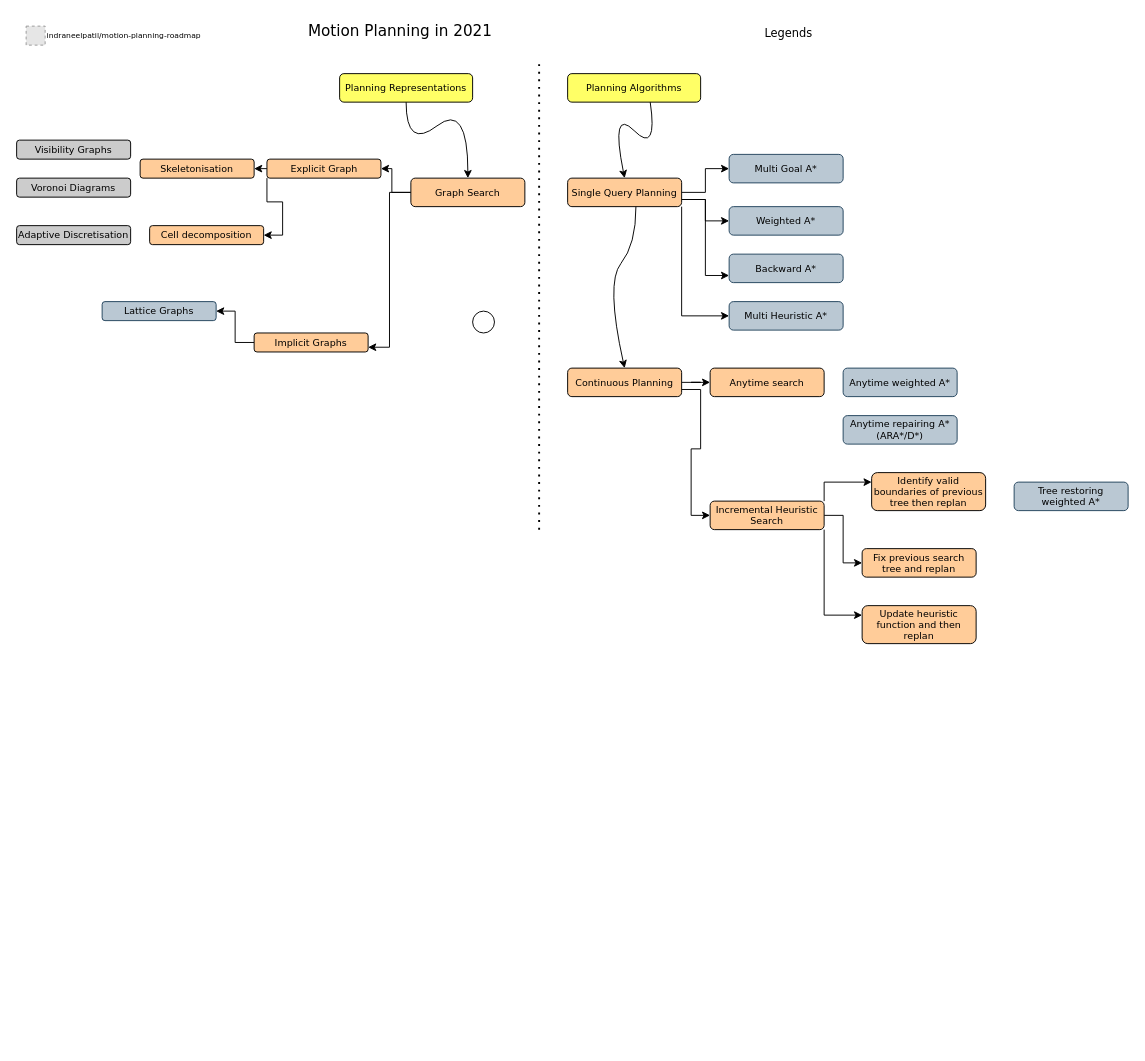
Earlier version of the draw.io diagram Untitled Diagram.drawio (indraneelpatil/motion-planning-roadmap). Source tidied: cells renumbered, new cells numbered last; positions are measured from the earlier drawing's top-left corner, leaving out a move shared by most shapes. Both pictures are drawn from the tidied source at 95%, with x=0, y=0 at pixel (16, 16). Pictures stored in the file or linked from it are replaced by grey dashed boxes.
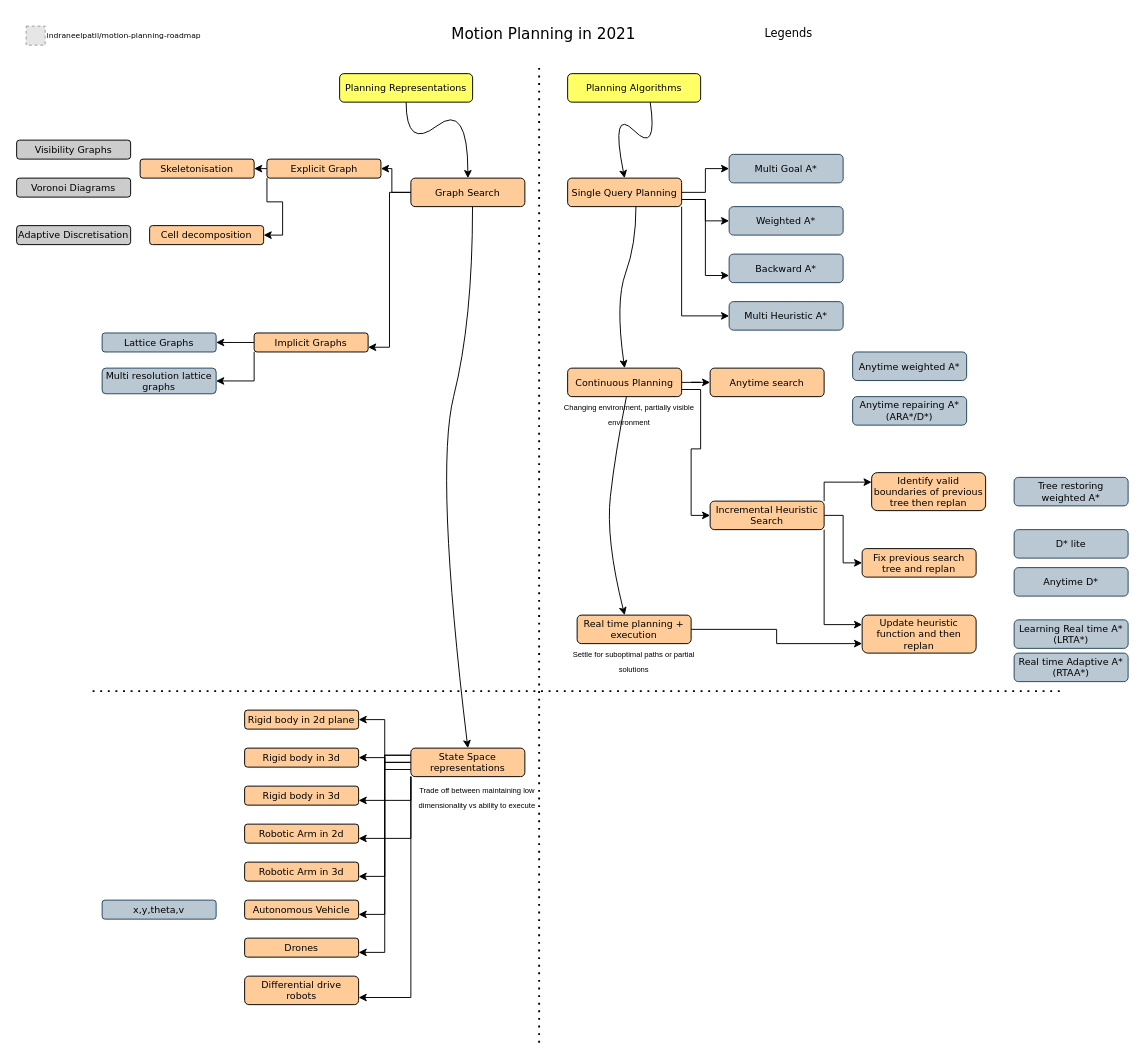
The same page after the edit.

Unchanged cells that the change refers to:
```xml
<mxCell id="16" value="Implicit Graphs" style="rounded=1;whiteSpace=wrap;html=1;comic=0;fontFamily=Verdana;fontSize=10;fillColor=#FFCC99;" parent="1" vertex="1">
  <mxGeometry x="250" y="333" width="120" height="20" as="geometry" />
</mxCell>
```

The edit, as a diff of the source:
```diff
@@
     <mxCell id="2" value="Motion Planning in 2021" style="text;html=1;strokeColor=none;fillColor=none;align=center;verticalAlign=middle;whiteSpace=wrap;rounded=0;comic=0;fontFamily=Verdana;fontSize=16;fontStyle=0;" parent="1" vertex="1">
-      <mxGeometry x="263.5" width="280" height="30" as="geometry" />
+      <mxGeometry x="415" y="2.5" width="280" height="30" as="geometry" />
     </mxCell>
@@
-    <mxCell id="11" style="ellipse;whiteSpace=wrap;html=1;rounded=1;comic=0;strokeColor=#000000;fillColor=#FFFFFF;fontFamily=Verdana;fontSize=14;align=center;" parent="1" vertex="1">
-      <mxGeometry x="480" y="310" width="23" height="23" as="geometry" />
-    </mxCell>
@@
+    <mxCell id="50" style="edgeStyle=orthogonalEdgeStyle;rounded=0;jettySize=auto;html=1;exitX=0;exitY=1;exitDx=0;exitDy=0;entryX=1;entryY=0.5;entryDx=0;entryDy=0;fontSize=9;" parent="1" edge="1" source="16" target="80">
+      <mxGeometry relative="1" as="geometry" />
+    </mxCell>
@@
     <mxCell id="18" style="endArrow=none;dashed=1;html=1;dashPattern=1 3;strokeWidth=2;rounded=0;" parent="1" edge="1">
       <mxGeometry relative="1" as="geometry">
-        <mxPoint x="550" y="540" as="sourcePoint" />
+        <mxPoint x="550" y="1080" as="sourcePoint" />
         <mxPoint x="550" y="50" as="targetPoint" />
       </mxGeometry>
     </mxCell>
@@
     <mxCell id="24" value="Lattice Graphs" style="rounded=1;whiteSpace=wrap;html=1;comic=0;fontFamily=Verdana;fontSize=10;fillColor=#bac8d3;strokeColor=#23445d;" parent="1" vertex="1">
-      <mxGeometry x="90" y="300" width="120" height="20" as="geometry" />
+      <mxGeometry x="90" y="333" width="120" height="20" as="geometry" />
     </mxCell>
@@
     <mxCell id="35" style="curved=1;endArrow=classic;html=1;rounded=0;exitX=0.621;exitY=1;exitDx=0;exitDy=0;exitPerimeter=0;" parent="1" edge="1">
       <mxGeometry relative="1" as="geometry">
         <mxPoint x="651.9" y="200" as="sourcePoint" />
         <mxPoint x="640" y="370" as="targetPoint" />
         <Array as="points">
           <mxPoint x="652" y="240" />
-          <mxPoint x="620" y="280" />
+          <mxPoint x="630" y="300" />
         </Array>
       </mxGeometry>
     </mxCell>
@@
     <mxCell id="39" value="Anytime weighted A*" style="rounded=1;whiteSpace=wrap;html=1;comic=0;fontFamily=Verdana;fontSize=10;fillColor=#bac8d3;strokeColor=#23445d;" parent="1" vertex="1">
-      <mxGeometry x="870" y="370" width="120" height="30" as="geometry" />
+      <mxGeometry x="880" y="353" width="120" height="30" as="geometry" />
     </mxCell>
     <mxCell id="40" value="Anytime repairing A*(ARA*/D*)" style="rounded=1;whiteSpace=wrap;html=1;comic=0;fontFamily=Verdana;fontSize=10;fillColor=#bac8d3;strokeColor=#23445d;" parent="1" vertex="1">
-      <mxGeometry x="870" y="420" width="120" height="30" as="geometry" />
+      <mxGeometry x="880" y="400" width="120" height="30" as="geometry" />
     </mxCell>
@@
     <mxCell id="48" value="Update heuristic function and then replan" style="rounded=1;whiteSpace=wrap;html=1;comic=0;fontFamily=Verdana;fontSize=10;fillColor=#FFCC99;" parent="1" vertex="1">
-      <mxGeometry x="890" y="620" width="120" height="40" as="geometry" />
+      <mxGeometry x="890" y="630" width="120" height="40" as="geometry" />
     </mxCell>
     <mxCell id="49" value="Tree restoring weighted A*" style="rounded=1;whiteSpace=wrap;html=1;comic=0;fontFamily=Verdana;fontSize=10;fillColor=#bac8d3;strokeColor=#23445d;" parent="1" vertex="1">
-      <mxGeometry x="1050" y="490" width="120" height="30" as="geometry" />
+      <mxGeometry x="1050" y="485" width="120" height="30" as="geometry" />
     </mxCell>
+    <mxCell id="51" value="D* lite" style="rounded=1;whiteSpace=wrap;html=1;comic=0;fontFamily=Verdana;fontSize=10;fillColor=#bac8d3;strokeColor=#23445d;" parent="1" vertex="1">
+      <mxGeometry x="1050" y="540" width="120" height="30" as="geometry" />
+    </mxCell>
+    <mxCell id="52" value="Anytime D*" style="rounded=1;whiteSpace=wrap;html=1;comic=0;fontFamily=Verdana;fontSize=10;fillColor=#bac8d3;strokeColor=#23445d;" parent="1" vertex="1">
+      <mxGeometry x="1050" y="580" width="120" height="30" as="geometry" />
+    </mxCell>
+    <mxCell id="53" style="edgeStyle=orthogonalEdgeStyle;rounded=0;jettySize=auto;html=1;exitX=1;exitY=0.5;exitDx=0;exitDy=0;entryX=0;entryY=0.75;entryDx=0;entryDy=0;" parent="1" edge="1" source="54" target="48">
+      <mxGeometry relative="1" as="geometry" />
+    </mxCell>
+    <mxCell id="54" value="Real time planning + execution" style="rounded=1;whiteSpace=wrap;html=1;comic=0;fontFamily=Verdana;fontSize=10;fillColor=#FFCC99;" parent="1" vertex="1">
+      <mxGeometry x="590" y="630" width="120" height="30" as="geometry" />
+    </mxCell>
+    <mxCell id="55" style="curved=1;endArrow=classic;html=1;rounded=0;exitX=0.621;exitY=1;exitDx=0;exitDy=0;exitPerimeter=0;entryX=0.417;entryY=0;entryDx=0;entryDy=0;entryPerimeter=0;" parent="1" edge="1" target="54">
+      <mxGeometry relative="1" as="geometry">
+        <mxPoint x="641.9" y="400" as="sourcePoint" />
+        <Array as="points">
+          <mxPoint x="630" y="460" />
+          <mxPoint x="620" y="550" />
+        </Array>
+      </mxGeometry>
+    </mxCell>
+    <mxCell id="56" value="Learning Real time A* (LRTA*)" style="rounded=1;whiteSpace=wrap;html=1;comic=0;fontFamily=Verdana;fontSize=10;fillColor=#bac8d3;strokeColor=#23445d;" parent="1" vertex="1">
+      <mxGeometry x="1050" y="635" width="120" height="30" as="geometry" />
+    </mxCell>
+    <mxCell id="57" value="Real time Adaptive A* (RTAA*)" style="rounded=1;whiteSpace=wrap;html=1;comic=0;fontFamily=Verdana;fontSize=10;fillColor=#bac8d3;strokeColor=#23445d;" parent="1" vertex="1">
+      <mxGeometry x="1050" y="670" width="120" height="30" as="geometry" />
+    </mxCell>
+    <mxCell id="58" style="curved=1;endArrow=classic;html=1;rounded=0;exitX=0.621;exitY=1;exitDx=0;exitDy=0;exitPerimeter=0;entryX=0.5;entryY=0;entryDx=0;entryDy=0;" parent="1" edge="1" target="67">
+      <mxGeometry relative="1" as="geometry">
+        <mxPoint x="479.9" y="200" as="sourcePoint" />
+        <Array as="points">
+          <mxPoint x="480" y="320" />
+          <mxPoint x="440" y="480" />
+        </Array>
+      </mxGeometry>
+    </mxCell>
+    <mxCell id="59" style="edgeStyle=orthogonalEdgeStyle;rounded=0;jettySize=auto;html=1;entryX=1;entryY=0.5;entryDx=0;entryDy=0;" parent="1" edge="1" source="67" target="69">
+      <mxGeometry relative="1" as="geometry" />
+    </mxCell>
+    <mxCell id="60" style="edgeStyle=orthogonalEdgeStyle;rounded=0;jettySize=auto;html=1;exitX=0;exitY=0.75;exitDx=0;exitDy=0;entryX=1;entryY=0.5;entryDx=0;entryDy=0;" parent="1" edge="1" source="67" target="70">
+      <mxGeometry relative="1" as="geometry" />
+    </mxCell>
+    <mxCell id="61" style="edgeStyle=orthogonalEdgeStyle;rounded=0;jettySize=auto;html=1;exitX=0;exitY=1;exitDx=0;exitDy=0;entryX=1;entryY=0.75;entryDx=0;entryDy=0;" parent="1" edge="1" source="67" target="71">
+      <mxGeometry relative="1" as="geometry" />
+    </mxCell>
+    <mxCell id="62" style="edgeStyle=orthogonalEdgeStyle;rounded=0;jettySize=auto;html=1;exitX=0;exitY=1;exitDx=0;exitDy=0;entryX=1;entryY=0.75;entryDx=0;entryDy=0;" parent="1" edge="1" source="67" target="72">
+      <mxGeometry relative="1" as="geometry" />
+    </mxCell>
+    <mxCell id="63" style="edgeStyle=orthogonalEdgeStyle;rounded=0;jettySize=auto;html=1;exitX=0;exitY=0.25;exitDx=0;exitDy=0;entryX=1;entryY=0.75;entryDx=0;entryDy=0;" parent="1" edge="1" source="67" target="73">
+      <mxGeometry relative="1" as="geometry" />
+    </mxCell>
+    <mxCell id="64" style="edgeStyle=orthogonalEdgeStyle;rounded=0;jettySize=auto;html=1;exitX=0;exitY=0.5;exitDx=0;exitDy=0;entryX=1;entryY=0.75;entryDx=0;entryDy=0;" parent="1" edge="1" source="67" target="74">
+      <mxGeometry relative="1" as="geometry" />
+    </mxCell>
+    <mxCell id="65" style="edgeStyle=orthogonalEdgeStyle;rounded=0;jettySize=auto;html=1;exitX=0;exitY=0.25;exitDx=0;exitDy=0;entryX=1;entryY=0.75;entryDx=0;entryDy=0;" parent="1" edge="1" source="67" target="75">
+      <mxGeometry relative="1" as="geometry" />
+    </mxCell>
+    <mxCell id="66" style="edgeStyle=orthogonalEdgeStyle;rounded=0;jettySize=auto;html=1;exitX=0;exitY=1;exitDx=0;exitDy=0;entryX=1;entryY=0.75;entryDx=0;entryDy=0;" parent="1" edge="1" source="67" target="76">
+      <mxGeometry relative="1" as="geometry" />
+    </mxCell>
+    <mxCell id="67" value="State Space representations" style="rounded=1;whiteSpace=wrap;html=1;comic=0;fontFamily=Verdana;fontSize=10;fillColor=#FFCC99;" parent="1" vertex="1">
+      <mxGeometry x="415" y="770" width="120" height="30" as="geometry" />
+    </mxCell>
+    <mxCell id="68" style="endArrow=none;dashed=1;html=1;dashPattern=1 3;strokeWidth=2;rounded=0;" parent="1" edge="1">
+      <mxGeometry relative="1" as="geometry">
+        <mxPoint x="80" y="710" as="sourcePoint" />
+        <mxPoint x="1100" y="710" as="targetPoint" />
+      </mxGeometry>
+    </mxCell>
+    <mxCell id="69" value="Rigid body in 2d plane" style="rounded=1;whiteSpace=wrap;html=1;comic=0;fontFamily=Verdana;fontSize=10;fillColor=#FFCC99;" parent="1" vertex="1">
+      <mxGeometry x="240" y="730" width="120" height="20" as="geometry" />
+    </mxCell>
+    <mxCell id="70" value="Rigid body in 3d" style="rounded=1;whiteSpace=wrap;html=1;comic=0;fontFamily=Verdana;fontSize=10;fillColor=#FFCC99;" parent="1" vertex="1">
+      <mxGeometry x="240" y="770" width="120" height="20" as="geometry" />
+    </mxCell>
+    <mxCell id="71" value="Rigid body in 3d" style="rounded=1;whiteSpace=wrap;html=1;comic=0;fontFamily=Verdana;fontSize=10;fillColor=#FFCC99;" parent="1" vertex="1">
+      <mxGeometry x="240" y="810" width="120" height="20" as="geometry" />
+    </mxCell>
+    <mxCell id="72" value="Robotic Arm in 2d" style="rounded=1;whiteSpace=wrap;html=1;comic=0;fontFamily=Verdana;fontSize=10;fillColor=#FFCC99;" parent="1" vertex="1">
+      <mxGeometry x="240" y="850" width="120" height="20" as="geometry" />
+    </mxCell>
+    <mxCell id="73" value="Robotic Arm in 3d" style="rounded=1;whiteSpace=wrap;html=1;comic=0;fontFamily=Verdana;fontSize=10;fillColor=#FFCC99;" parent="1" vertex="1">
+      <mxGeometry x="240" y="890" width="120" height="20" as="geometry" />
+    </mxCell>
+    <mxCell id="74" value="Autonomous Vehicle" style="rounded=1;whiteSpace=wrap;html=1;comic=0;fontFamily=Verdana;fontSize=10;fillColor=#FFCC99;" parent="1" vertex="1">
+      <mxGeometry x="240" y="930" width="120" height="20" as="geometry" />
+    </mxCell>
+    <mxCell id="75" value="Drones" style="rounded=1;whiteSpace=wrap;html=1;comic=0;fontFamily=Verdana;fontSize=10;fillColor=#FFCC99;" parent="1" vertex="1">
+      <mxGeometry x="240" y="970" width="120" height="20" as="geometry" />
+    </mxCell>
+    <mxCell id="76" value="Differential drive robots" style="rounded=1;whiteSpace=wrap;html=1;comic=0;fontFamily=Verdana;fontSize=10;fillColor=#FFCC99;" parent="1" vertex="1">
+      <mxGeometry x="240" y="1010" width="120" height="30" as="geometry" />
+    </mxCell>
+    <mxCell id="77" value="x,y,theta,v" style="rounded=1;whiteSpace=wrap;html=1;comic=0;fontFamily=Verdana;fontSize=10;fillColor=#bac8d3;strokeColor=#23445d;" parent="1" vertex="1">
+      <mxGeometry x="90" y="930" width="120" height="20" as="geometry" />
+    </mxCell>
+    <mxCell id="78" value="&lt;font style=&quot;font-size: 8px&quot;&gt;Settle for suboptimal paths or partial solutions&lt;/font&gt;" style="text;html=1;strokeColor=none;fillColor=none;align=center;verticalAlign=middle;whiteSpace=wrap;rounded=0;" parent="1" vertex="1">
+      <mxGeometry x="575" y="660" width="150" height="35" as="geometry" />
+    </mxCell>
+    <mxCell id="79" value="&lt;font style=&quot;font-size: 8px&quot;&gt;Changing environment, partially visible environment&lt;/font&gt;" style="text;html=1;strokeColor=none;fillColor=none;align=center;verticalAlign=middle;whiteSpace=wrap;rounded=0;" parent="1" vertex="1">
+      <mxGeometry x="570" y="400" width="150" height="35" as="geometry" />
+    </mxCell>
+    <mxCell id="80" value="Multi resolution lattice graphs" style="rounded=1;whiteSpace=wrap;html=1;comic=0;fontFamily=Verdana;fontSize=10;fillColor=#bac8d3;strokeColor=#23445d;" parent="1" vertex="1">
+      <mxGeometry x="90" y="370" width="120" height="27" as="geometry" />
+    </mxCell>
+    <mxCell id="81" value="&lt;font style=&quot;font-size: 8px&quot;&gt;Trade off between maintaining low dimensionality vs ability to execute&lt;/font&gt;" style="text;html=1;strokeColor=none;fillColor=none;align=center;verticalAlign=middle;whiteSpace=wrap;rounded=0;" parent="1" vertex="1">
+      <mxGeometry x="410" y="803" width="150" height="35" as="geometry" />
+    </mxCell>
```
